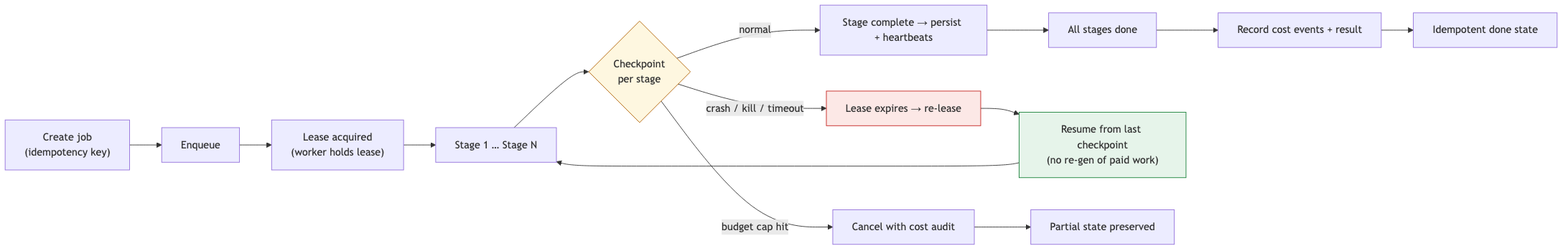
Above: docs/assets/durable-jobs.png in waalwalker1/knovaryn (Mermaid), before the change. Its source is kept beside it as docs/assets/diagrams/durable-jobs.mmd. Its diagram source:
```mermaid
flowchart LR
    A["Create job<br/>(idempotency key)"] --> B["Enqueue"]
    B --> C["Lease acquired<br/>(worker holds lease)"]
    C --> D["Stage 1 … Stage N"]
    D --> E{"Checkpoint<br/>per stage"}

    E -->|"normal"| F["Stage complete → persist + heartbeats"]
    F --> G["All stages done"]
    G --> H["Record cost events + result"]
    H --> I["Idempotent done state"]

    E -->|"crash / kill / timeout"| J["Lease expires → re-lease"]
    J --> K["Resume from last checkpoint<br/>(no re-gen of paid work)"]
    K --> D

    E -->|"budget cap hit"| L["Cancel with cost audit"]
    L --> M["Partial state preserved"]

    style E fill:#fef7e0,stroke:#b06000
    style J fill:#fce8e6,stroke:#c5221f
    style K fill:#e6f4ea,stroke:#188038
```
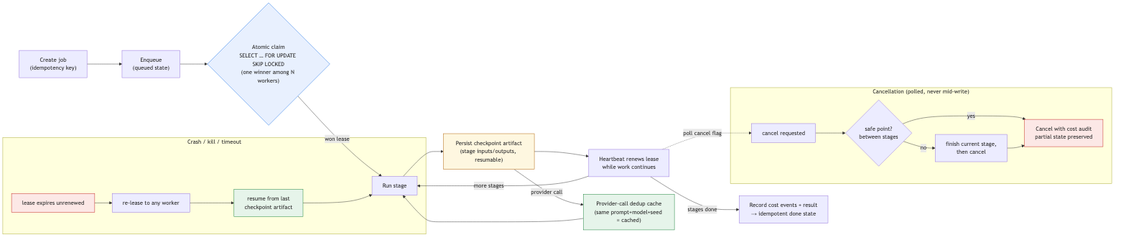
After the change.

The edit, as a diff of the source:
```diff
@@ -1,21 +1,34 @@
 flowchart LR
-    A["Create job<br/>(idempotency key)"] --> B["Enqueue"]
-    B --> C["Lease acquired<br/>(worker holds lease)"]
-    C --> D["Stage 1 … Stage N"]
-    D --> E{"Checkpoint<br/>per stage"}
+    A["Create job<br/>(idempotency key)"] --> B["Enqueue<br/>(queued state)"]
+    B --> C{"Atomic claim<br/>SELECT … FOR UPDATE SKIP LOCKED<br/>(one winner among N workers)"}
 
-    E -->|"normal"| F["Stage complete → persist + heartbeats"]
-    F --> G["All stages done"]
-    G --> H["Record cost events + result"]
-    H --> I["Idempotent done state"]
+    C -->|"won lease"| D["Run stage"]
+    D --> E["Persist checkpoint artifact<br/>(stage inputs/outputs, resumable)"]
+    E --> F["Heartbeat renews lease<br/>while work continues"]
 
-    E -->|"crash / kill / timeout"| J["Lease expires → re-lease"]
-    J --> K["Resume from last checkpoint<br/>(no re-gen of paid work)"]
-    K --> D
+    F -->|"more stages"| D
+    F -->|"stages done"| G["Record cost events + result<br/>→ idempotent done state"]
 
-    E -->|"budget cap hit"| L["Cancel with cost audit"]
-    L --> M["Partial state preserved"]
+    E -->|"provider call"| H["Provider-call dedup cache<br/>(same prompt+model+seed = cached)"]
+    H --> D
 
+    subgraph CANCEL["Cancellation (polled, never mid-write)"]
+        X1["cancel requested"] --> X2{"safe point?<br/>between stages"}
+        X2 -- "yes" --> X3["Cancel with cost audit<br/>partial state preserved"]
+        X2 -- "no" --> X4["finish current stage,<br/>then cancel"]
+        X4 --> X3
+    end
+    F -.->|"poll cancel flag"| X1
+
+    subgraph CRASH["Crash / kill / timeout"]
+        K1["lease expires unrenewed"] --> K2["re-lease to any worker"]
+        K2 --> K3["resume from last<br/>checkpoint artifact"]
+        K3 --> D
+    end
+
+    style C fill:#e8f0fe,stroke:#1a73e8
     style E fill:#fef7e0,stroke:#b06000
-    style J fill:#fce8e6,stroke:#c5221f
-    style K fill:#e6f4ea,stroke:#188038
+    style K1 fill:#fce8e6,stroke:#c5221f
+    style K3 fill:#e6f4ea,stroke:#188038
+    style X3 fill:#fce8e6,stroke:#c5221f
+    style H fill:#e6f4ea,stroke:#188038
```
